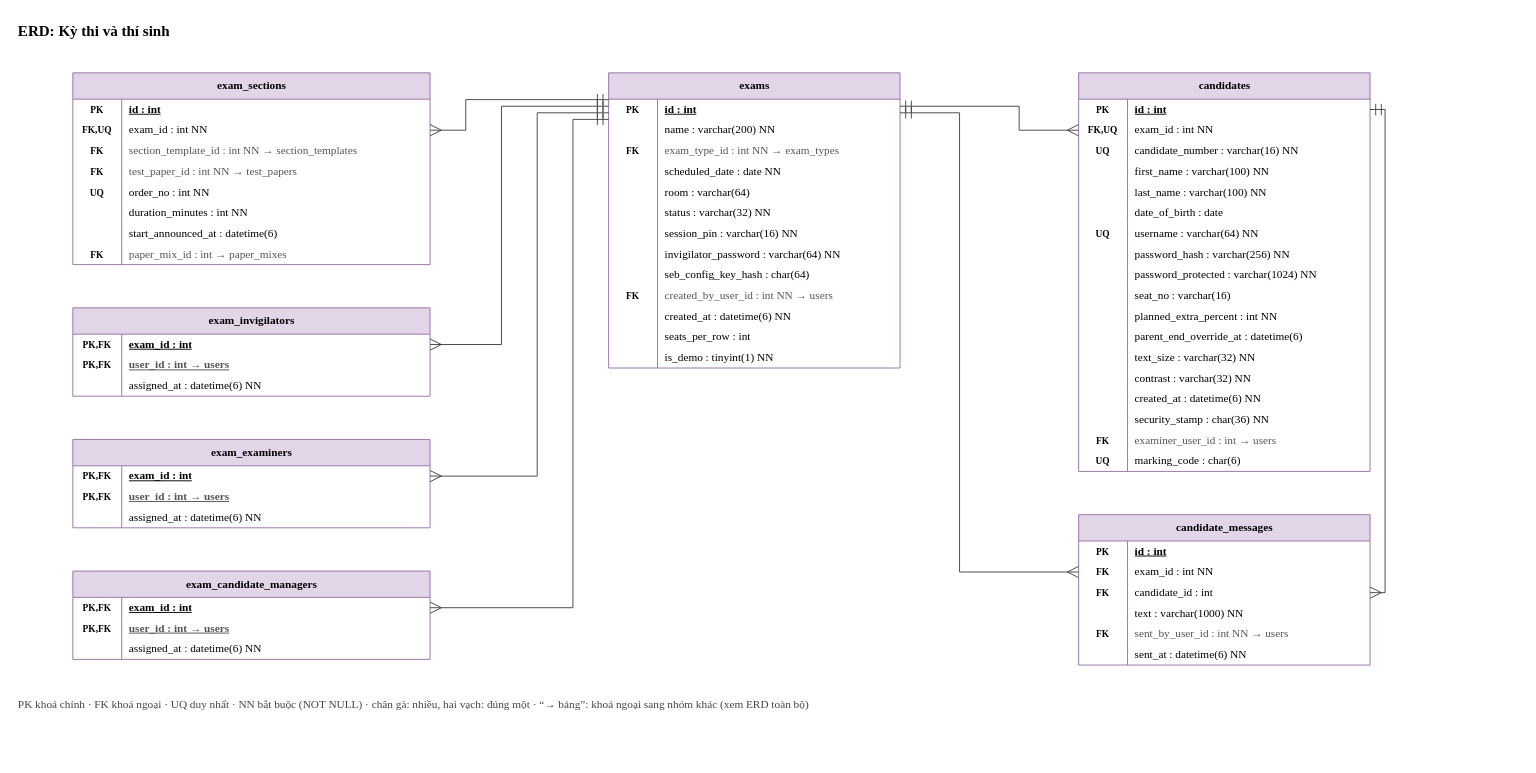
Before: thesis/diagrams/erd-exams.drawio in trhlow/cambridge-exam-prep, a draw.io diagram. Source tidied: cells renumbered, new cells numbered last; positions are measured from the earlier drawing's top-left corner, leaving out a move shared by most shapes. Both pictures are drawn from the tidied source at 94%, with x=0, y=0 at pixel (16, 16).
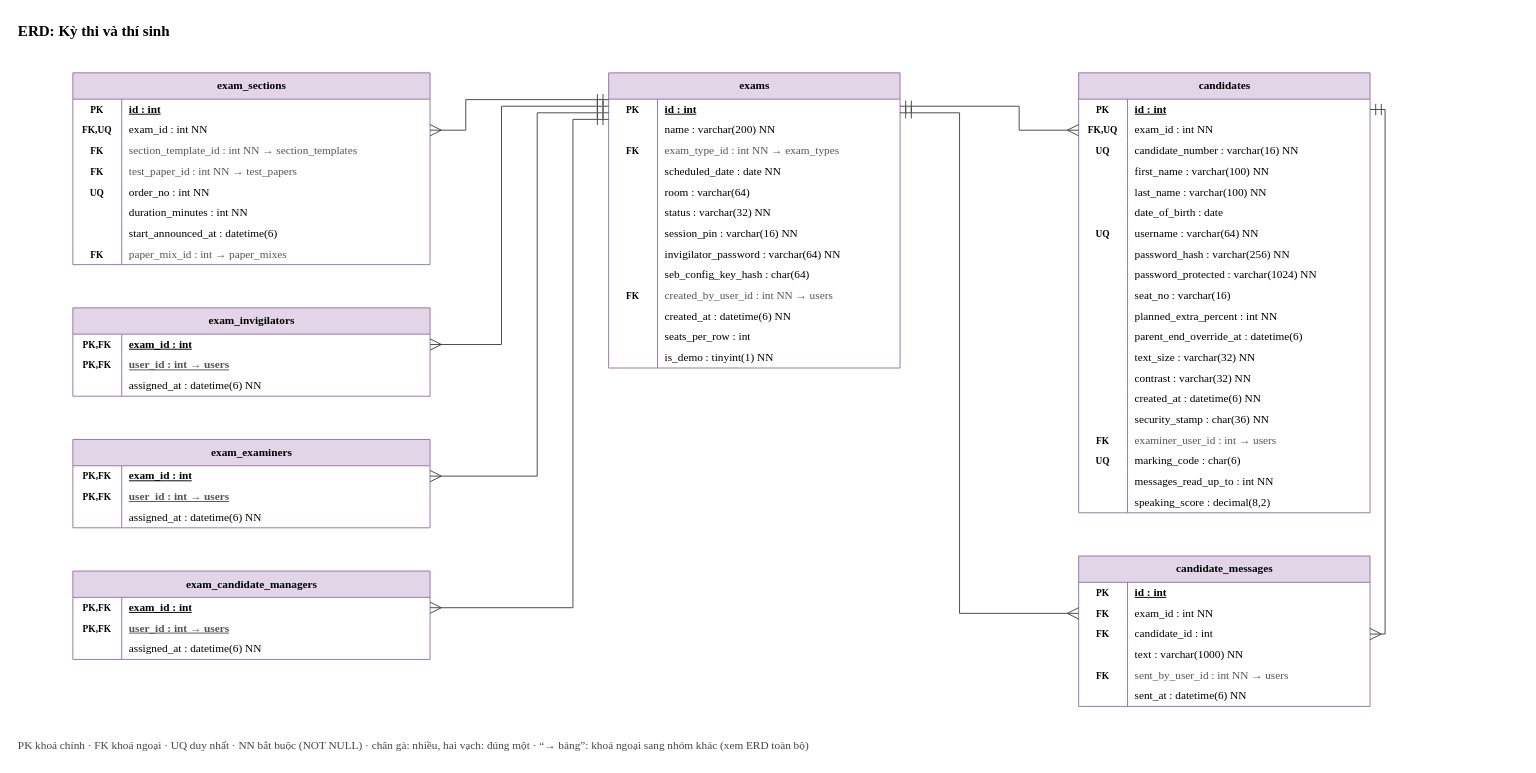
After the change.

Commit message (it also covers changes not shown here):
docs(diagrams): ERDs redrawn from the live schema with candidates.messages_read_up_to and speaking_score

Unchanged cells that the change refers to:
```xml
<mxCell id="154" style="shape=tableRow;horizontal=0;startSize=0;swimlaneHead=0;swimlaneBody=0;fillColor=none;top=0;left=0;right=0;bottom=0;html=1;" parent="153" vertex="1">
  <mxGeometry y="28" width="310" height="22" as="geometry" />
</mxCell>
```

The edit, as a diff of the source:
```diff
@@
     <mxCell id="98" value="candidates" style="shape=table;startSize=28;childLayout=tableLayout;rowLines=0;fontStyle=1;align=center;html=1;fontFamily=Times New Roman;fontSize=12;fillColor=#e1d5e7;strokeColor=#9673a6;" parent="1" vertex="1">
-      <mxGeometry x="1130" y="60" width="310" height="424" as="geometry" />
+      <mxGeometry x="1130" y="60" width="310" height="468" as="geometry" />
     </mxCell>
@@
+    <mxCell id="180" style="shape=tableRow;horizontal=0;startSize=0;swimlaneHead=0;swimlaneBody=0;fillColor=none;top=0;left=0;right=0;bottom=0;html=1;" parent="98" vertex="1">
+      <mxGeometry y="424" width="310" height="22" as="geometry" />
+    </mxCell>
+    <mxCell id="155" style="shape=partialRectangle;fillColor=none;top=0;left=0;bottom=0;right=0;fontStyle=1;overflow=hidden;whiteSpace=wrap;html=1;fontFamily=Times New Roman;fontSize=12;fontSize=10;" parent="180" vertex="1">
+      <mxGeometry width="52" height="22" as="geometry" />
+    </mxCell>
+    <mxCell id="156" value="messages_read_up_to : int NN" style="shape=partialRectangle;fillColor=none;top=0;left=0;bottom=0;right=0;align=left;spacingLeft=6;overflow=hidden;whiteSpace=wrap;html=1;fontFamily=Times New Roman;fontSize=12;" parent="180" vertex="1">
+      <mxGeometry x="52" width="258" height="22" as="geometry" />
+    </mxCell>
+    <mxCell id="181" style="shape=tableRow;horizontal=0;startSize=0;swimlaneHead=0;swimlaneBody=0;fillColor=none;top=0;left=0;right=0;bottom=0;html=1;" parent="98" vertex="1">
+      <mxGeometry y="446" width="310" height="22" as="geometry" />
+    </mxCell>
+    <mxCell id="158" style="shape=partialRectangle;fillColor=none;top=0;left=0;bottom=0;right=0;fontStyle=1;overflow=hidden;whiteSpace=wrap;html=1;fontFamily=Times New Roman;fontSize=12;fontSize=10;" parent="181" vertex="1">
+      <mxGeometry width="52" height="22" as="geometry" />
+    </mxCell>
+    <mxCell id="159" value="speaking_score : decimal(8,2)" style="shape=partialRectangle;fillColor=none;top=0;left=0;bottom=0;right=0;align=left;spacingLeft=6;overflow=hidden;whiteSpace=wrap;html=1;fontFamily=Times New Roman;fontSize=12;" parent="181" vertex="1">
+      <mxGeometry x="52" width="258" height="22" as="geometry" />
+    </mxCell>
     <mxCell id="153" value="candidate_messages" style="shape=table;startSize=28;childLayout=tableLayout;rowLines=0;fontStyle=1;align=center;html=1;fontFamily=Times New Roman;fontSize=12;fillColor=#e1d5e7;strokeColor=#9673a6;" parent="1" vertex="1">
-      <mxGeometry x="1130" y="530" width="310" height="160" as="geometry" />
+      <mxGeometry x="1130" y="574" width="310" height="160" as="geometry" />
     </mxCell>
@@
-    <mxCell id="155" value="PK" style="shape=partialRectangle;fillColor=none;top=0;left=0;bottom=0;right=0;fontStyle=1;overflow=hidden;whiteSpace=wrap;html=1;fontFamily=Times New Roman;fontSize=12;fontSize=10;" parent="154" vertex="1">
-      <mxGeometry width="52" height="22" as="geometry" />
-    </mxCell>
-    <mxCell id="156" value="id : int" style="shape=partialRectangle;fillColor=none;top=0;left=0;bottom=0;right=0;align=left;spacingLeft=6;overflow=hidden;whiteSpace=wrap;html=1;fontFamily=Times New Roman;fontSize=12;fontStyle=5;" parent="154" vertex="1">
-      <mxGeometry x="52" width="258" height="22" as="geometry" />
-    </mxCell>
-    <mxCell id="157" style="shape=tableRow;horizontal=0;startSize=0;swimlaneHead=0;swimlaneBody=0;fillColor=none;top=0;left=0;right=0;bottom=0;html=1;" parent="153" vertex="1">
-      <mxGeometry y="50" width="310" height="22" as="geometry" />
-    </mxCell>
-    <mxCell id="158" value="FK" style="shape=partialRectangle;fillColor=none;top=0;left=0;bottom=0;right=0;fontStyle=1;overflow=hidden;whiteSpace=wrap;html=1;fontFamily=Times New Roman;fontSize=12;fontSize=10;" parent="157" vertex="1">
-      <mxGeometry width="52" height="22" as="geometry" />
-    </mxCell>
-    <mxCell id="159" value="exam_id : int NN" style="shape=partialRectangle;fillColor=none;top=0;left=0;bottom=0;right=0;align=left;spacingLeft=6;overflow=hidden;whiteSpace=wrap;html=1;fontFamily=Times New Roman;fontSize=12;" parent="157" vertex="1">
-      <mxGeometry x="52" width="258" height="22" as="geometry" />
-    </mxCell>
-    <mxCell id="160" style="shape=tableRow;horizontal=0;startSize=0;swimlaneHead=0;swimlaneBody=0;fillColor=none;top=0;left=0;right=0;bottom=0;html=1;" parent="153" vertex="1">
-      <mxGeometry y="72" width="310" height="22" as="geometry" />
-    </mxCell>
-    <mxCell id="161" value="FK" style="shape=partialRectangle;fillColor=none;top=0;left=0;bottom=0;right=0;fontStyle=1;overflow=hidden;whiteSpace=wrap;html=1;fontFamily=Times New Roman;fontSize=12;fontSize=10;" parent="160" vertex="1">
+    <mxCell id="161" value="PK" style="shape=partialRectangle;fillColor=none;top=0;left=0;bottom=0;right=0;fontStyle=1;overflow=hidden;whiteSpace=wrap;html=1;fontFamily=Times New Roman;fontSize=12;fontSize=10;" parent="154" vertex="1">
       <mxGeometry width="52" height="22" as="geometry" />
     </mxCell>
-    <mxCell id="162" value="candidate_id : int" style="shape=partialRectangle;fillColor=none;top=0;left=0;bottom=0;right=0;align=left;spacingLeft=6;overflow=hidden;whiteSpace=wrap;html=1;fontFamily=Times New Roman;fontSize=12;" parent="160" vertex="1">
+    <mxCell id="162" value="id : int" style="shape=partialRectangle;fillColor=none;top=0;left=0;bottom=0;right=0;align=left;spacingLeft=6;overflow=hidden;whiteSpace=wrap;html=1;fontFamily=Times New Roman;fontSize=12;fontStyle=5;" parent="154" vertex="1">
       <mxGeometry x="52" width="258" height="22" as="geometry" />
     </mxCell>
-    <mxCell id="163" style="shape=tableRow;horizontal=0;startSize=0;swimlaneHead=0;swimlaneBody=0;fillColor=none;top=0;left=0;right=0;bottom=0;html=1;" parent="153" vertex="1">
-      <mxGeometry y="94" width="310" height="22" as="geometry" />
-    </mxCell>
+    <mxCell id="157" style="shape=tableRow;horizontal=0;startSize=0;swimlaneHead=0;swimlaneBody=0;fillColor=none;top=0;left=0;right=0;bottom=0;html=1;" parent="153" vertex="1">
+      <mxGeometry y="50" width="310" height="22" as="geometry" />
+    </mxCell>
-    <mxCell id="164" style="shape=partialRectangle;fillColor=none;top=0;left=0;bottom=0;right=0;fontStyle=1;overflow=hidden;whiteSpace=wrap;html=1;fontFamily=Times New Roman;fontSize=12;fontSize=10;" parent="163" vertex="1">
+    <mxCell id="164" value="FK" style="shape=partialRectangle;fillColor=none;top=0;left=0;bottom=0;right=0;fontStyle=1;overflow=hidden;whiteSpace=wrap;html=1;fontFamily=Times New Roman;fontSize=12;fontSize=10;" parent="157" vertex="1">
       <mxGeometry width="52" height="22" as="geometry" />
     </mxCell>
-    <mxCell id="165" value="text : varchar(1000) NN" style="shape=partialRectangle;fillColor=none;top=0;left=0;bottom=0;right=0;align=left;spacingLeft=6;overflow=hidden;whiteSpace=wrap;html=1;fontFamily=Times New Roman;fontSize=12;" parent="163" vertex="1">
+    <mxCell id="165" value="exam_id : int NN" style="shape=partialRectangle;fillColor=none;top=0;left=0;bottom=0;right=0;align=left;spacingLeft=6;overflow=hidden;whiteSpace=wrap;html=1;fontFamily=Times New Roman;fontSize=12;" parent="157" vertex="1">
       <mxGeometry x="52" width="258" height="22" as="geometry" />
     </mxCell>
-    <mxCell id="166" style="shape=tableRow;horizontal=0;startSize=0;swimlaneHead=0;swimlaneBody=0;fillColor=none;top=0;left=0;right=0;bottom=0;html=1;" parent="153" vertex="1">
-      <mxGeometry y="116" width="310" height="22" as="geometry" />
-    </mxCell>
+    <mxCell id="160" style="shape=tableRow;horizontal=0;startSize=0;swimlaneHead=0;swimlaneBody=0;fillColor=none;top=0;left=0;right=0;bottom=0;html=1;" parent="153" vertex="1">
+      <mxGeometry y="72" width="310" height="22" as="geometry" />
+    </mxCell>
-    <mxCell id="167" value="FK" style="shape=partialRectangle;fillColor=none;top=0;left=0;bottom=0;right=0;fontStyle=1;overflow=hidden;whiteSpace=wrap;html=1;fontFamily=Times New Roman;fontSize=12;fontSize=10;" parent="166" vertex="1">
+    <mxCell id="167" value="FK" style="shape=partialRectangle;fillColor=none;top=0;left=0;bottom=0;right=0;fontStyle=1;overflow=hidden;whiteSpace=wrap;html=1;fontFamily=Times New Roman;fontSize=12;fontSize=10;" parent="160" vertex="1">
       <mxGeometry width="52" height="22" as="geometry" />
     </mxCell>
-    <mxCell id="168" value="sent_by_user_id : int NN  → users" style="shape=partialRectangle;fillColor=none;top=0;left=0;bottom=0;right=0;align=left;spacingLeft=6;overflow=hidden;whiteSpace=wrap;html=1;fontFamily=Times New Roman;fontSize=12;fontColor=#555555;" parent="166" vertex="1">
+    <mxCell id="168" value="candidate_id : int" style="shape=partialRectangle;fillColor=none;top=0;left=0;bottom=0;right=0;align=left;spacingLeft=6;overflow=hidden;whiteSpace=wrap;html=1;fontFamily=Times New Roman;fontSize=12;" parent="160" vertex="1">
       <mxGeometry x="52" width="258" height="22" as="geometry" />
     </mxCell>
-    <mxCell id="169" style="shape=tableRow;horizontal=0;startSize=0;swimlaneHead=0;swimlaneBody=0;fillColor=none;top=0;left=0;right=0;bottom=0;html=1;" parent="153" vertex="1">
-      <mxGeometry y="138" width="310" height="22" as="geometry" />
-    </mxCell>
+    <mxCell id="163" style="shape=tableRow;horizontal=0;startSize=0;swimlaneHead=0;swimlaneBody=0;fillColor=none;top=0;left=0;right=0;bottom=0;html=1;" parent="153" vertex="1">
+      <mxGeometry y="94" width="310" height="22" as="geometry" />
+    </mxCell>
-    <mxCell id="170" style="shape=partialRectangle;fillColor=none;top=0;left=0;bottom=0;right=0;fontStyle=1;overflow=hidden;whiteSpace=wrap;html=1;fontFamily=Times New Roman;fontSize=12;fontSize=10;" parent="169" vertex="1">
+    <mxCell id="170" style="shape=partialRectangle;fillColor=none;top=0;left=0;bottom=0;right=0;fontStyle=1;overflow=hidden;whiteSpace=wrap;html=1;fontFamily=Times New Roman;fontSize=12;fontSize=10;" parent="163" vertex="1">
       <mxGeometry width="52" height="22" as="geometry" />
     </mxCell>
-    <mxCell id="171" value="sent_at : datetime(6) NN" style="shape=partialRectangle;fillColor=none;top=0;left=0;bottom=0;right=0;align=left;spacingLeft=6;overflow=hidden;whiteSpace=wrap;html=1;fontFamily=Times New Roman;fontSize=12;" parent="169" vertex="1">
+    <mxCell id="171" value="text : varchar(1000) NN" style="shape=partialRectangle;fillColor=none;top=0;left=0;bottom=0;right=0;align=left;spacingLeft=6;overflow=hidden;whiteSpace=wrap;html=1;fontFamily=Times New Roman;fontSize=12;" parent="163" vertex="1">
       <mxGeometry x="52" width="258" height="22" as="geometry" />
     </mxCell>
-    <mxCell id="172" style="rounded=0;html=1;startArrow=ERmany;startFill=0;endArrow=ERmandOne;endFill=0;startSize=10;endSize=10;strokeColor=#444444;" parent="1" edge="1">
-      <mxGeometry relative="1" as="geometry">
-        <mxPoint x="1440" y="613" as="sourcePoint" />
-        <mxPoint x="1440" y="99" as="targetPoint" />
-        <Array as="points">
-          <mxPoint x="1456" y="613" />
-          <mxPoint x="1456" y="99" />
-        </Array>
-      </mxGeometry>
-    </mxCell>
-    <mxCell id="173" style="rounded=0;html=1;startArrow=ERmany;startFill=0;endArrow=ERmandOne;endFill=0;startSize=10;endSize=10;strokeColor=#444444;" parent="1" edge="1">
-      <mxGeometry relative="1" as="geometry">
-        <mxPoint x="1130" y="591" as="sourcePoint" />
-        <mxPoint x="940" y="102.5" as="targetPoint" />
-        <Array as="points">
-          <mxPoint x="1003.3" y="591" />
-          <mxPoint x="1003.3" y="102.5" />
-        </Array>
-      </mxGeometry>
-    </mxCell>
-    <mxCell id="174" style="rounded=0;html=1;startArrow=ERmany;startFill=0;endArrow=ERmandOne;endFill=0;startSize=10;endSize=10;strokeColor=#444444;" parent="1" edge="1">
-      <mxGeometry relative="1" as="geometry">
-        <mxPoint x="1130" y="121" as="sourcePoint" />
-        <mxPoint x="940" y="95.5" as="targetPoint" />
-        <Array as="points">
-          <mxPoint x="1066.7" y="121" />
-          <mxPoint x="1066.7" y="95.5" />
-        </Array>
-      </mxGeometry>
-    </mxCell>
-    <mxCell id="175" style="rounded=0;html=1;startArrow=ERmany;startFill=0;endArrow=ERmandOne;endFill=0;startSize=10;endSize=10;strokeColor=#444444;" parent="1" edge="1">
-      <mxGeometry relative="1" as="geometry">
-        <mxPoint x="440" y="629" as="sourcePoint" />
-        <mxPoint x="630" y="109.5" as="targetPoint" />
-        <Array as="points">
-          <mxPoint x="592" y="629" />
-          <mxPoint x="592" y="109.5" />
-        </Array>
-      </mxGeometry>
-    </mxCell>
+    <mxCell id="166" style="shape=tableRow;horizontal=0;startSize=0;swimlaneHead=0;swimlaneBody=0;fillColor=none;top=0;left=0;right=0;bottom=0;html=1;" parent="153" vertex="1">
+      <mxGeometry y="116" width="310" height="22" as="geometry" />
+    </mxCell>
+    <mxCell id="182" value="FK" style="shape=partialRectangle;fillColor=none;top=0;left=0;bottom=0;right=0;fontStyle=1;overflow=hidden;whiteSpace=wrap;html=1;fontFamily=Times New Roman;fontSize=12;fontSize=10;" parent="166" vertex="1">
+      <mxGeometry width="52" height="22" as="geometry" />
+    </mxCell>
+    <mxCell id="183" value="sent_by_user_id : int NN  → users" style="shape=partialRectangle;fillColor=none;top=0;left=0;bottom=0;right=0;align=left;spacingLeft=6;overflow=hidden;whiteSpace=wrap;html=1;fontFamily=Times New Roman;fontSize=12;fontColor=#555555;" parent="166" vertex="1">
+      <mxGeometry x="52" width="258" height="22" as="geometry" />
+    </mxCell>
+    <mxCell id="169" style="shape=tableRow;horizontal=0;startSize=0;swimlaneHead=0;swimlaneBody=0;fillColor=none;top=0;left=0;right=0;bottom=0;html=1;" parent="153" vertex="1">
+      <mxGeometry y="138" width="310" height="22" as="geometry" />
+    </mxCell>
+    <mxCell id="184" style="shape=partialRectangle;fillColor=none;top=0;left=0;bottom=0;right=0;fontStyle=1;overflow=hidden;whiteSpace=wrap;html=1;fontFamily=Times New Roman;fontSize=12;fontSize=10;" parent="169" vertex="1">
+      <mxGeometry width="52" height="22" as="geometry" />
+    </mxCell>
+    <mxCell id="185" value="sent_at : datetime(6) NN" style="shape=partialRectangle;fillColor=none;top=0;left=0;bottom=0;right=0;align=left;spacingLeft=6;overflow=hidden;whiteSpace=wrap;html=1;fontFamily=Times New Roman;fontSize=12;" parent="169" vertex="1">
+      <mxGeometry x="52" width="258" height="22" as="geometry" />
+    </mxCell>
     <mxCell id="176" style="rounded=0;html=1;startArrow=ERmany;startFill=0;endArrow=ERmandOne;endFill=0;startSize=10;endSize=10;strokeColor=#444444;" parent="1" edge="1">
       <mxGeometry relative="1" as="geometry">
-        <mxPoint x="440" y="489" as="sourcePoint" />
-        <mxPoint x="630" y="102.5" as="targetPoint" />
+        <mxPoint x="1440" y="657" as="sourcePoint" />
+        <mxPoint x="1440" y="99" as="targetPoint" />
         <Array as="points">
-          <mxPoint x="554" y="489" />
-          <mxPoint x="554" y="102.5" />
+          <mxPoint x="1456" y="657" />
+          <mxPoint x="1456" y="99" />
         </Array>
       </mxGeometry>
     </mxCell>
     <mxCell id="177" style="rounded=0;html=1;startArrow=ERmany;startFill=0;endArrow=ERmandOne;endFill=0;startSize=10;endSize=10;strokeColor=#444444;" parent="1" edge="1">
       <mxGeometry relative="1" as="geometry">
-        <mxPoint x="440" y="349" as="sourcePoint" />
-        <mxPoint x="630" y="95.5" as="targetPoint" />
+        <mxPoint x="1130" y="635" as="sourcePoint" />
+        <mxPoint x="940" y="102.5" as="targetPoint" />
         <Array as="points">
-          <mxPoint x="516" y="349" />
-          <mxPoint x="516" y="95.5" />
+          <mxPoint x="1003.3" y="635" />
+          <mxPoint x="1003.3" y="102.5" />
         </Array>
       </mxGeometry>
     </mxCell>
     <mxCell id="178" style="rounded=0;html=1;startArrow=ERmany;startFill=0;endArrow=ERmandOne;endFill=0;startSize=10;endSize=10;strokeColor=#444444;" parent="1" edge="1">
       <mxGeometry relative="1" as="geometry">
-        <mxPoint x="440" y="121" as="sourcePoint" />
-        <mxPoint x="630" y="88.5" as="targetPoint" />
+        <mxPoint x="1130" y="121" as="sourcePoint" />
+        <mxPoint x="940" y="95.5" as="targetPoint" />
         <Array as="points">
-          <mxPoint x="478" y="121" />
-          <mxPoint x="478" y="88.5" />
+          <mxPoint x="1066.7" y="121" />
+          <mxPoint x="1066.7" y="95.5" />
         </Array>
       </mxGeometry>
     </mxCell>
+    <mxCell id="186" style="rounded=0;html=1;startArrow=ERmany;startFill=0;endArrow=ERmandOne;endFill=0;startSize=10;endSize=10;strokeColor=#444444;" parent="1" edge="1">
+      <mxGeometry relative="1" as="geometry">
+        <mxPoint x="440" y="629" as="sourcePoint" />
+        <mxPoint x="630" y="109.5" as="targetPoint" />
+        <Array as="points">
+          <mxPoint x="592" y="629" />
+          <mxPoint x="592" y="109.5" />
+        </Array>
+      </mxGeometry>
+    </mxCell>
+    <mxCell id="187" style="rounded=0;html=1;startArrow=ERmany;startFill=0;endArrow=ERmandOne;endFill=0;startSize=10;endSize=10;strokeColor=#444444;" parent="1" edge="1">
+      <mxGeometry relative="1" as="geometry">
+        <mxPoint x="440" y="489" as="sourcePoint" />
+        <mxPoint x="630" y="102.5" as="targetPoint" />
+        <Array as="points">
+          <mxPoint x="554" y="489" />
+          <mxPoint x="554" y="102.5" />
+        </Array>
+      </mxGeometry>
+    </mxCell>
+    <mxCell id="188" style="rounded=0;html=1;startArrow=ERmany;startFill=0;endArrow=ERmandOne;endFill=0;startSize=10;endSize=10;strokeColor=#444444;" parent="1" edge="1">
+      <mxGeometry relative="1" as="geometry">
+        <mxPoint x="440" y="349" as="sourcePoint" />
+        <mxPoint x="630" y="95.5" as="targetPoint" />
+        <Array as="points">
+          <mxPoint x="516" y="349" />
+          <mxPoint x="516" y="95.5" />
+        </Array>
+      </mxGeometry>
+    </mxCell>
+    <mxCell id="189" style="rounded=0;html=1;startArrow=ERmany;startFill=0;endArrow=ERmandOne;endFill=0;startSize=10;endSize=10;strokeColor=#444444;" parent="1" edge="1">
+      <mxGeometry relative="1" as="geometry">
+        <mxPoint x="440" y="121" as="sourcePoint" />
+        <mxPoint x="630" y="88.5" as="targetPoint" />
+        <Array as="points">
+          <mxPoint x="478" y="121" />
+          <mxPoint x="478" y="88.5" />
+        </Array>
+      </mxGeometry>
+    </mxCell>
     <mxCell id="179" value="PK khoá chính · FK khoá ngoại · UQ duy nhất · NN bắt buộc (NOT NULL) · chân gà: nhiều, hai vạch: đúng một · “→ bảng”: khoá ngoại sang nhóm khác (xem ERD toàn bộ)" style="text;html=1;align=left;verticalAlign=middle;fontFamily=Times New Roman;fontSize=12;fontColor=#444444;" parent="1" vertex="1">
-      <mxGeometry y="720" width="1600" height="24" as="geometry" />
+      <mxGeometry y="764" width="1600" height="24" as="geometry" />
     </mxCell>
```
